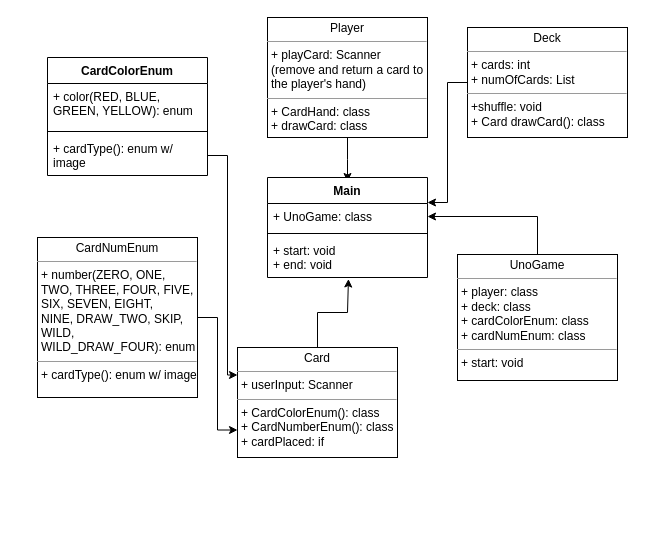
This is UnoGame.drawio from LilianDm/UnoGame, a draw.io file, before an edit. Source tidied: cells renumbered, new cells numbered last; positions are measured from the earlier drawing's top-left corner, leaving out a move shared by most shapes. Both pictures are drawn from the tidied source at 100%, with x=0, y=0 at pixel (37, 17).
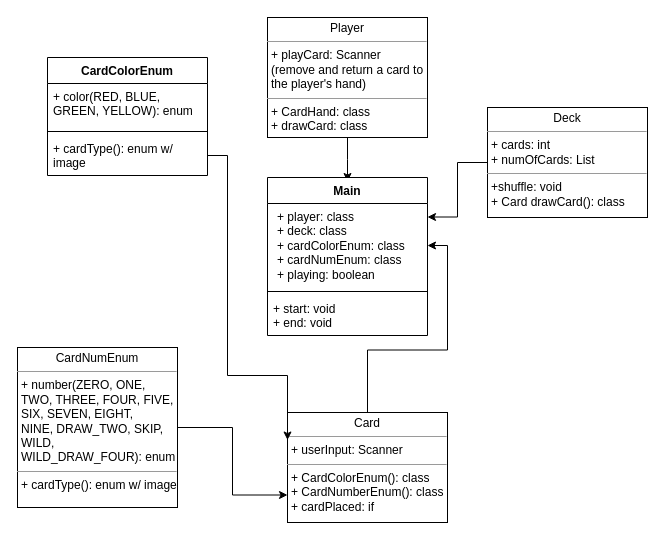
Above is the later version.

Diff of the diagram source:
```diff
@@
-    <mxCell id="8" style="edgeStyle=orthogonalEdgeStyle;rounded=0;jettySize=auto;html=1;entryX=0.506;entryY=1.038;entryDx=0;entryDy=0;entryPerimeter=0;" parent="1" edge="1" source="9" target="13">
-      <mxGeometry relative="1" as="geometry">
-        <Array as="points">
-          <mxPoint x="280" y="295" />
-          <mxPoint x="310" y="295" />
-        </Array>
-      </mxGeometry>
-    </mxCell>
+    <mxCell id="21" style="edgeStyle=orthogonalEdgeStyle;rounded=0;jettySize=auto;html=1;" parent="1" edge="1" source="9" target="11">
+      <mxGeometry relative="1" as="geometry" />
+    </mxCell>
     <mxCell id="9" value="&lt;p style=&quot;margin:0px;margin-top:4px;text-align:center;&quot;&gt;Card&lt;/p&gt;&lt;hr size=&quot;1&quot;&gt;&lt;p style=&quot;margin:0px;margin-left:4px;&quot;&gt;+ userInput: Scanner&lt;/p&gt;&lt;hr size=&quot;1&quot;&gt;&lt;p style=&quot;margin:0px;margin-left:4px;&quot;&gt;+ CardColorEnum(): class&lt;/p&gt;&lt;p style=&quot;margin:0px;margin-left:4px;&quot;&gt;+ CardNumberEnum(): class&lt;/p&gt;&lt;p style=&quot;margin:0px;margin-left:4px;&quot;&gt;+ cardPlaced: if&lt;/p&gt;" style="verticalAlign=top;align=left;overflow=fill;html=1;whiteSpace=wrap;" parent="1" vertex="1">
-      <mxGeometry x="200" y="330" width="160" height="110" as="geometry" />
+      <mxGeometry x="250" y="395" width="160" height="110" as="geometry" />
     </mxCell>
     <mxCell id="10" value="Main" style="swimlane;fontStyle=1;align=center;verticalAlign=top;horizontal=1;startSize=26;whiteSpace=wrap;html=1;" parent="1" vertex="1">
-      <mxGeometry x="230" y="160" width="160" height="100" as="geometry" />
+      <mxGeometry x="230" y="160" width="160" height="158" as="geometry" />
     </mxCell>
-    <mxCell id="11" value="+ UnoGame: class" style="text;strokeColor=none;fillColor=none;align=left;verticalAlign=top;spacingLeft=4;spacingRight=4;overflow=hidden;points=[[0,0.5],[1,0.5]];portConstraint=eastwest;whiteSpace=wrap;html=1;" parent="10" vertex="1">
-      <mxGeometry y="26" width="160" height="26" as="geometry" />
+    <mxCell id="11" value="&lt;p style=&quot;--tw-border-spacing-x: 0; --tw-border-spacing-y: 0; --tw-translate-x: 0; --tw-translate-y: 0; --tw-rotate: 0; --tw-skew-x: 0; --tw-skew-y: 0; --tw-scale-x: 1; --tw-scale-y: 1; --tw-pan-x: ; --tw-pan-y: ; --tw-pinch-zoom: ; --tw-scroll-snap-strictness: proximity; --tw-gradient-from-position: ; --tw-gradient-via-position: ; --tw-gradient-to-position: ; --tw-ordinal: ; --tw-slashed-zero: ; --tw-numeric-figure: ; --tw-numeric-spacing: ; --tw-numeric-fraction: ; --tw-ring-inset: ; --tw-ring-offset-width: 0px; --tw-ring-offset-color: #fff; --tw-ring-color: rgb(59 130 246 / .5); --tw-ring-offset-shadow: 0 0 #0000; --tw-ring-shadow: 0 0 #0000; --tw-shadow: 0 0 #0000; --tw-shadow-colored: 0 0 #0000; --tw-blur: ; --tw-brightness: ; --tw-contrast: ; --tw-grayscale: ; --tw-hue-rotate: ; --tw-invert: ; --tw-saturate: ; --tw-sepia: ; --tw-drop-shadow: ; --tw-backdrop-blur: ; --tw-backdrop-brightness: ; --tw-backdrop-contrast: ; --tw-backdrop-grayscale: ; --tw-backdrop-hue-rotate: ; --tw-backdrop-invert: ; --tw-backdrop-opacity: ; --tw-backdrop-saturate: ; --tw-backdrop-sepia: ; border-color: var(--border-color); margin: 0px 0px 0px 4px;&quot;&gt;+ player: class&lt;br style=&quot;--tw-border-spacing-x: 0; --tw-border-spacing-y: 0; --tw-translate-x: 0; --tw-translate-y: 0; --tw-rotate: 0; --tw-skew-x: 0; --tw-skew-y: 0; --tw-scale-x: 1; --tw-scale-y: 1; --tw-pan-x: ; --tw-pan-y: ; --tw-pinch-zoom: ; --tw-scroll-snap-strictness: proximity; --tw-gradient-from-position: ; --tw-gradient-via-position: ; --tw-gradient-to-position: ; --tw-ordinal: ; --tw-slashed-zero: ; --tw-numeric-figure: ; --tw-numeric-spacing: ; --tw-numeric-fraction: ; --tw-ring-inset: ; --tw-ring-offset-width: 0px; --tw-ring-offset-color: #fff; --tw-ring-color: rgb(59 130 246 / .5); --tw-ring-offset-shadow: 0 0 #0000; --tw-ring-shadow: 0 0 #0000; --tw-shadow: 0 0 #0000; --tw-shadow-colored: 0 0 #0000; --tw-blur: ; --tw-brightness: ; --tw-contrast: ; --tw-grayscale: ; --tw-hue-rotate: ; --tw-invert: ; --tw-saturate: ; --tw-sepia: ; --tw-drop-shadow: ; --tw-backdrop-blur: ; --tw-backdrop-brightness: ; --tw-backdrop-contrast: ; --tw-backdrop-grayscale: ; --tw-backdrop-hue-rotate: ; --tw-backdrop-invert: ; --tw-backdrop-opacity: ; --tw-backdrop-saturate: ; --tw-backdrop-sepia: ; border-color: var(--border-color);&quot;&gt;&lt;/p&gt;&lt;p style=&quot;--tw-border-spacing-x: 0; --tw-border-spacing-y: 0; --tw-translate-x: 0; --tw-translate-y: 0; --tw-rotate: 0; --tw-skew-x: 0; --tw-skew-y: 0; --tw-scale-x: 1; --tw-scale-y: 1; --tw-pan-x: ; --tw-pan-y: ; --tw-pinch-zoom: ; --tw-scroll-snap-strictness: proximity; --tw-gradient-from-position: ; --tw-gradient-via-position: ; --tw-gradient-to-position: ; --tw-ordinal: ; --tw-slashed-zero: ; --tw-numeric-figure: ; --tw-numeric-spacing: ; --tw-numeric-fraction: ; --tw-ring-inset: ; --tw-ring-offset-width: 0px; --tw-ring-offset-color: #fff; --tw-ring-color: rgb(59 130 246 / .5); --tw-ring-offset-shadow: 0 0 #0000; --tw-ring-shadow: 0 0 #0000; --tw-shadow: 0 0 #0000; --tw-shadow-colored: 0 0 #0000; --tw-blur: ; --tw-brightness: ; --tw-contrast: ; --tw-grayscale: ; --tw-hue-rotate: ; --tw-invert: ; --tw-saturate: ; --tw-sepia: ; --tw-drop-shadow: ; --tw-backdrop-blur: ; --tw-backdrop-brightness: ; --tw-backdrop-contrast: ; --tw-backdrop-grayscale: ; --tw-backdrop-hue-rotate: ; --tw-backdrop-invert: ; --tw-backdrop-opacity: ; --tw-backdrop-saturate: ; --tw-backdrop-sepia: ; border-color: var(--border-color); margin: 0px 0px 0px 4px;&quot;&gt;+ deck: class&lt;/p&gt;&lt;p style=&quot;--tw-border-spacing-x: 0; --tw-border-spacing-y: 0; --tw-translate-x: 0; --tw-translate-y: 0; --tw-rotate: 0; --tw-skew-x: 0; --tw-skew-y: 0; --tw-scale-x: 1; --tw-scale-y: 1; --tw-pan-x: ; --tw-pan-y: ; --tw-pinch-zoom: ; --tw-scroll-snap-strictness: proximity; --tw-gradient-from-position: ; --tw-gradient-via-position: ; --tw-gradient-to-position: ; --tw-ordinal: ; --tw-slashed-zero: ; --tw-numeric-figure: ; --tw-numeric-spacing: ; --tw-numeric-fraction: ; --tw-ring-inset: ; --tw-ring-offset-width: 0px; --tw-ring-offset-color: #fff; --tw-ring-color: rgb(59 130 246 / .5); --tw-ring-offset-shadow: 0 0 #0000; --tw-ring-shadow: 0 0 #0000; --tw-shadow: 0 0 #0000; --tw-shadow-colored: 0 0 #0000; --tw-blur: ; --tw-brightness: ; --tw-contrast: ; --tw-grayscale: ; --tw-hue-rotate: ; --tw-invert: ; --tw-saturate: ; --tw-sepia: ; --tw-drop-shadow: ; --tw-backdrop-blur: ; --tw-backdrop-brightness: ; --tw-backdrop-contrast: ; --tw-backdrop-grayscale: ; --tw-backdrop-hue-rotate: ; --tw-backdrop-invert: ; --tw-backdrop-opacity: ; --tw-backdrop-saturate: ; --tw-backdrop-sepia: ; border-color: var(--border-color); margin: 0px 0px 0px 4px;&quot;&gt;+ cardColorEnum: class&lt;/p&gt;&lt;p style=&quot;--tw-border-spacing-x: 0; --tw-border-spacing-y: 0; --tw-translate-x: 0; --tw-translate-y: 0; --tw-rotate: 0; --tw-skew-x: 0; --tw-skew-y: 0; --tw-scale-x: 1; --tw-scale-y: 1; --tw-pan-x: ; --tw-pan-y: ; --tw-pinch-zoom: ; --tw-scroll-snap-strictness: proximity; --tw-gradient-from-position: ; --tw-gradient-via-position: ; --tw-gradient-to-position: ; --tw-ordinal: ; --tw-slashed-zero: ; --tw-numeric-figure: ; --tw-numeric-spacing: ; --tw-numeric-fraction: ; --tw-ring-inset: ; --tw-ring-offset-width: 0px; --tw-ring-offset-color: #fff; --tw-ring-color: rgb(59 130 246 / .5); --tw-ring-offset-shadow: 0 0 #0000; --tw-ring-shadow: 0 0 #0000; --tw-shadow: 0 0 #0000; --tw-shadow-colored: 0 0 #0000; --tw-blur: ; --tw-brightness: ; --tw-contrast: ; --tw-grayscale: ; --tw-hue-rotate: ; --tw-invert: ; --tw-saturate: ; --tw-sepia: ; --tw-drop-shadow: ; --tw-backdrop-blur: ; --tw-backdrop-brightness: ; --tw-backdrop-contrast: ; --tw-backdrop-grayscale: ; --tw-backdrop-hue-rotate: ; --tw-backdrop-invert: ; --tw-backdrop-opacity: ; --tw-backdrop-saturate: ; --tw-backdrop-sepia: ; border-color: var(--border-color); margin: 0px 0px 0px 4px;&quot;&gt;+ cardNumEnum: class&lt;/p&gt;&lt;p style=&quot;--tw-border-spacing-x: 0; --tw-border-spacing-y: 0; --tw-translate-x: 0; --tw-translate-y: 0; --tw-rotate: 0; --tw-skew-x: 0; --tw-skew-y: 0; --tw-scale-x: 1; --tw-scale-y: 1; --tw-pan-x: ; --tw-pan-y: ; --tw-pinch-zoom: ; --tw-scroll-snap-strictness: proximity; --tw-gradient-from-position: ; --tw-gradient-via-position: ; --tw-gradient-to-position: ; --tw-ordinal: ; --tw-slashed-zero: ; --tw-numeric-figure: ; --tw-numeric-spacing: ; --tw-numeric-fraction: ; --tw-ring-inset: ; --tw-ring-offset-width: 0px; --tw-ring-offset-color: #fff; --tw-ring-color: rgb(59 130 246 / .5); --tw-ring-offset-shadow: 0 0 #0000; --tw-ring-shadow: 0 0 #0000; --tw-shadow: 0 0 #0000; --tw-shadow-colored: 0 0 #0000; --tw-blur: ; --tw-brightness: ; --tw-contrast: ; --tw-grayscale: ; --tw-hue-rotate: ; --tw-invert: ; --tw-saturate: ; --tw-sepia: ; --tw-drop-shadow: ; --tw-backdrop-blur: ; --tw-backdrop-brightness: ; --tw-backdrop-contrast: ; --tw-backdrop-grayscale: ; --tw-backdrop-hue-rotate: ; --tw-backdrop-invert: ; --tw-backdrop-opacity: ; --tw-backdrop-saturate: ; --tw-backdrop-sepia: ; border-color: var(--border-color); margin: 0px 0px 0px 4px;&quot;&gt;+ playing: boolean&lt;/p&gt;" style="text;strokeColor=none;fillColor=none;align=left;verticalAlign=top;spacingLeft=4;spacingRight=4;overflow=hidden;points=[[0,0.5],[1,0.5]];portConstraint=eastwest;whiteSpace=wrap;html=1;" parent="10" vertex="1">
+      <mxGeometry y="26" width="160" height="84" as="geometry" />
     </mxCell>
     <mxCell id="12" style="line;strokeWidth=1;fillColor=none;align=left;verticalAlign=middle;spacingTop=-1;spacingLeft=3;spacingRight=3;labelPosition=right;strokeColor=inherit;" parent="10" vertex="1">
-      <mxGeometry y="52" width="160" height="8" as="geometry" />
+      <mxGeometry y="110" width="160" height="8" as="geometry" />
     </mxCell>
     <mxCell id="13" value="+ start: void&lt;br&gt;+ end: void" style="text;strokeColor=none;fillColor=none;align=left;verticalAlign=top;spacingLeft=4;spacingRight=4;overflow=hidden;points=[[0,0.5],[1,0.5]];portConstraint=eastwest;whiteSpace=wrap;html=1;" parent="10" vertex="1">
-      <mxGeometry y="60" width="160" height="40" as="geometry" />
+      <mxGeometry y="118" width="160" height="40" as="geometry" />
     </mxCell>
@@
     <mxCell id="15" value="&lt;p style=&quot;margin:0px;margin-top:4px;text-align:center;&quot;&gt;CardNumEnum&lt;/p&gt;&lt;hr size=&quot;1&quot;&gt;&lt;p style=&quot;margin:0px;margin-left:4px;&quot;&gt;+ number(ZERO, ONE, TWO, THREE, FOUR, FIVE, SIX, SEVEN, EIGHT, NINE,&amp;nbsp;&lt;span style=&quot;background-color: initial;&quot;&gt;DRAW_TWO, SKIP, WILD, WILD_DRAW_FOUR): enum&lt;/span&gt;&lt;/p&gt;&lt;hr size=&quot;1&quot;&gt;&lt;p style=&quot;margin:0px;margin-left:4px;&quot;&gt;&lt;span style=&quot;background-color: initial;&quot;&gt;+ cardType(): enum w/ image&lt;/span&gt;&lt;br&gt;&lt;/p&gt;" style="verticalAlign=top;align=left;overflow=fill;html=1;whiteSpace=wrap;" parent="1" vertex="1">
-      <mxGeometry y="220" width="160" height="160" as="geometry" />
+      <mxGeometry x="-20" y="330" width="160" height="160" as="geometry" />
     </mxCell>
@@
     <mxCell id="17" value="&lt;p style=&quot;margin:0px;margin-top:4px;text-align:center;&quot;&gt;Deck&lt;/p&gt;&lt;hr size=&quot;1&quot;&gt;&lt;p style=&quot;margin:0px;margin-left:4px;&quot;&gt;+ cards: int&lt;br&gt;&lt;/p&gt;&lt;p style=&quot;margin:0px;margin-left:4px;&quot;&gt;+ numOfCards: List&lt;br&gt;&lt;/p&gt;&lt;hr size=&quot;1&quot;&gt;&lt;p style=&quot;margin:0px;margin-left:4px;&quot;&gt;&lt;span style=&quot;background-color: initial;&quot;&gt;+shuffle: void&lt;/span&gt;&lt;br&gt;&lt;/p&gt;&lt;p style=&quot;margin:0px;margin-left:4px;&quot;&gt;+ Card drawCard(): class&lt;/p&gt;" style="verticalAlign=top;align=left;overflow=fill;html=1;whiteSpace=wrap;" parent="1" vertex="1">
-      <mxGeometry x="430" y="10" width="160" height="110" as="geometry" />
+      <mxGeometry x="450" y="90" width="160" height="110" as="geometry" />
     </mxCell>
@@
-    <mxCell id="19" style="edgeStyle=orthogonalEdgeStyle;rounded=0;jettySize=auto;html=1;entryX=1;entryY=0.5;entryDx=0;entryDy=0;" parent="1" edge="1" source="20" target="11">
-      <mxGeometry relative="1" as="geometry" />
-    </mxCell>
-    <mxCell id="20" value="&lt;p style=&quot;margin:0px;margin-top:4px;text-align:center;&quot;&gt;UnoGame&lt;/p&gt;&lt;hr size=&quot;1&quot;&gt;&lt;p style=&quot;margin:0px;margin-left:4px;&quot;&gt;+ player: class&lt;br&gt;&lt;/p&gt;&lt;p style=&quot;margin:0px;margin-left:4px;&quot;&gt;+ deck: class&lt;/p&gt;&lt;p style=&quot;margin:0px;margin-left:4px;&quot;&gt;+ cardColorEnum: class&lt;/p&gt;&lt;p style=&quot;margin:0px;margin-left:4px;&quot;&gt;+ cardNumEnum: class&lt;/p&gt;&lt;hr size=&quot;1&quot;&gt;&lt;p style=&quot;margin:0px;margin-left:4px;&quot;&gt;+ start: void&lt;/p&gt;" style="verticalAlign=top;align=left;overflow=fill;html=1;whiteSpace=wrap;" parent="1" vertex="1">
-      <mxGeometry x="420" y="237" width="160" height="126" as="geometry" />
-    </mxCell>
```
